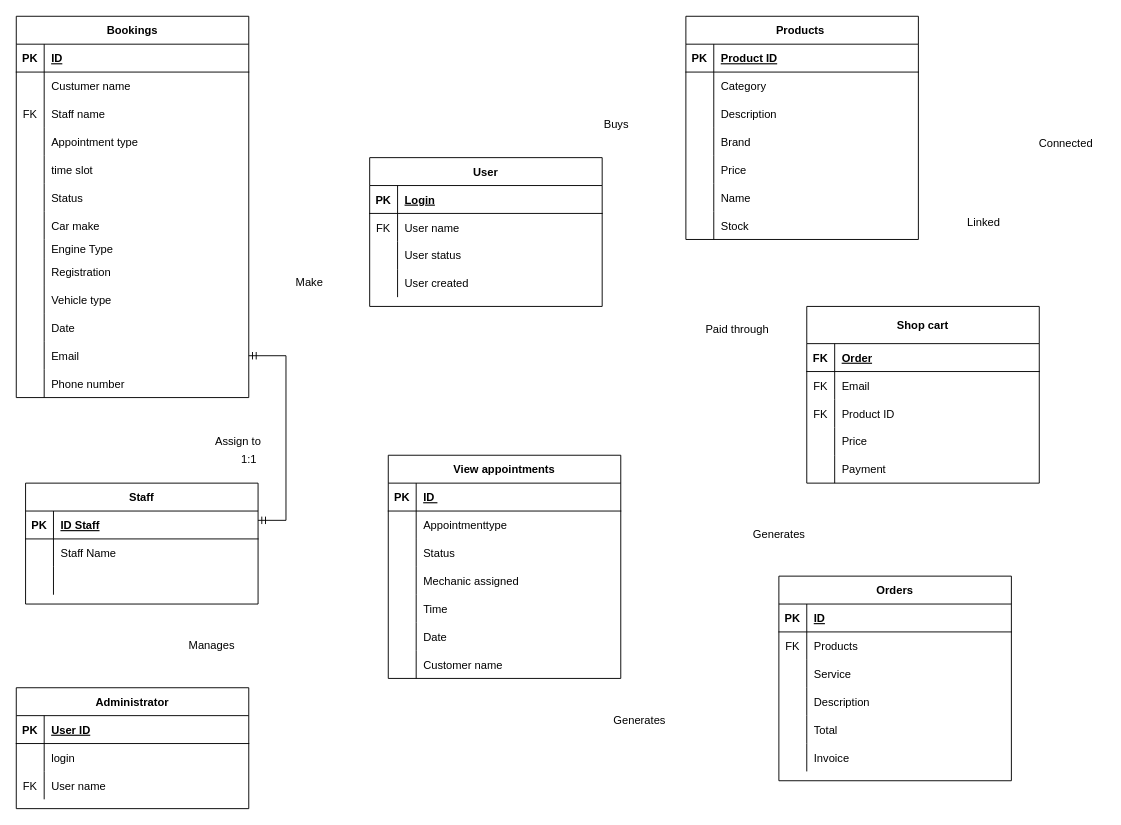
This is Untitled Diagram.drawio from PriFlores/Garage-Database-design-, a draw.io file, before an edit. Source tidied: cells renumbered, new cells numbered last; positions are measured from the earlier drawing's top-left corner, leaving out a move shared by most shapes. Both pictures are drawn from the tidied source at 93%, with x=0, y=0 at pixel (16, 16).
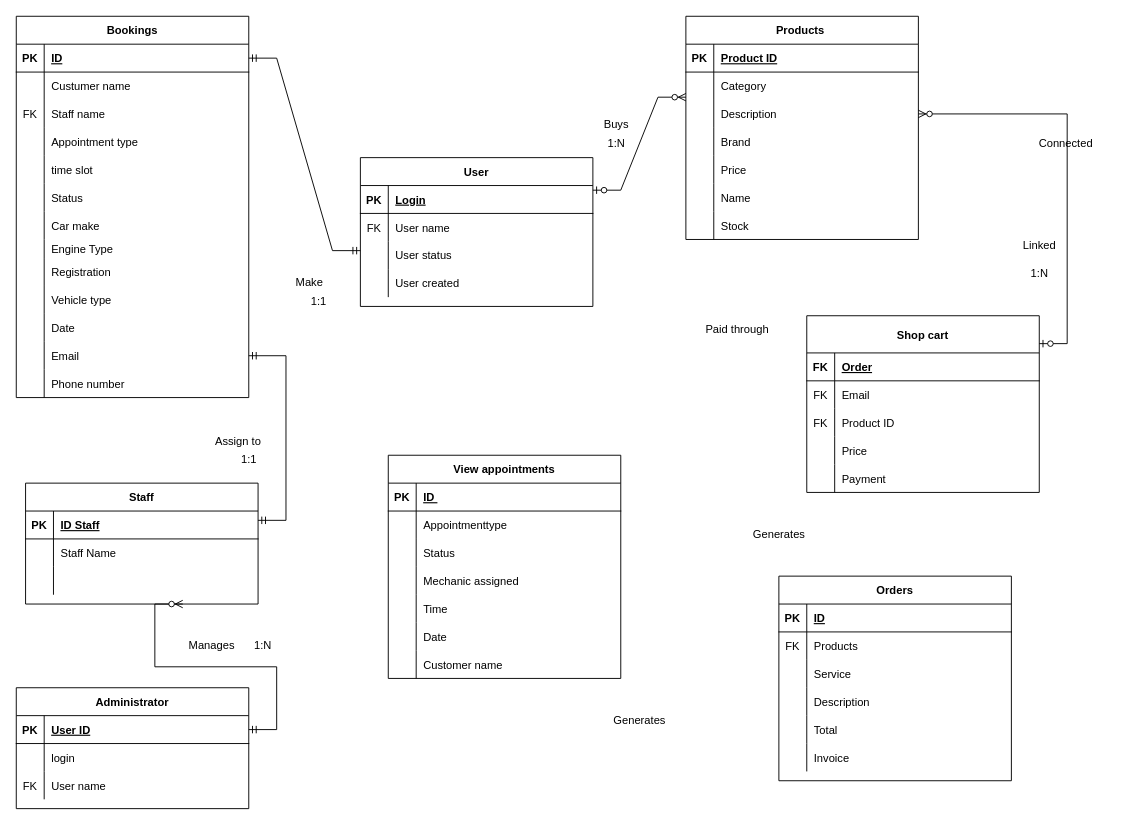
After the change.

The change refers to these unchanged cells:
```xml
<mxCell id="22" style="shape=partialRectangle;fillColor=none;points=[[0,0.5],[1,0.5]];portConstraint=eastwest;top=0;left=0;right=0;bottom=1;" parent="21" vertex="1">
  <mxGeometry y="30" width="250" height="30" as="geometry" />
</mxCell>
<mxCell id="68" style="shape=partialRectangle;fillColor=none;points=[[0,0.5],[1,0.5]];portConstraint=eastwest;top=0;left=0;right=0;bottom=0;" parent="61" vertex="1">
  <mxGeometry y="90" width="250" height="30" as="geometry" />
</mxCell>
<mxCell id="132" style="shape=partialRectangle;fillColor=none;points=[[0,0.5],[1,0.5]];portConstraint=eastwest;top=0;left=0;right=0;bottom=1;" parent="131" vertex="1">
  <mxGeometry y="30" width="250" height="30" as="geometry" />
</mxCell>
```

The edit, as a diff of the source:
```diff
@@
     <mxCell id="115" value="Shop cart" style="shape=table;startSize=40;childLayout=tableLayout;rowLines=0;fontStyle=1;align=center;" parent="1" vertex="1">
-      <mxGeometry x="850" y="312" width="250" height="190" as="geometry" />
+      <mxGeometry x="850" y="322" width="250" height="190" as="geometry" />
     </mxCell>
@@
     <mxCell id="141" value="User" style="shape=table;startSize=30;childLayout=tableLayout;rowLines=0;fontStyle=1;align=center;" parent="1" vertex="1">
-      <mxGeometry x="380" y="152" width="250" height="160" as="geometry" />
+      <mxGeometry x="370" y="152" width="250" height="160" as="geometry" />
     </mxCell>
@@
     <mxCell id="159" value="Linked" style="text;html=1;align=center;verticalAlign=middle;strokeColor=none;fillColor=none;" parent="1" vertex="1">
-      <mxGeometry x="1010" y="207" width="60" height="30" as="geometry" />
+      <mxGeometry x="1070" y="232" width="60" height="30" as="geometry" />
     </mxCell>
@@
+    <mxCell id="165" style="edgeStyle=entityRelationEdgeStyle;fontSize=12;html=1;endArrow=ERzeroToMany;startArrow=ERmandOne;rounded=0;fontFamily=Helvetica;fontColor=default;exitX=1;exitY=0.5;exitDx=0;exitDy=0;" parent="1" edge="1" source="132">
+      <mxGeometry relative="1" as="geometry">
+        <mxPoint x="179" y="632" as="targetPoint" />
+      </mxGeometry>
+    </mxCell>
+    <mxCell id="166" value="1:N" style="text;html=1;align=center;verticalAlign=middle;strokeColor=none;fillColor=none;" parent="1" vertex="1">
+      <mxGeometry x="245" y="662" width="40" height="30" as="geometry" />
+    </mxCell>
+    <mxCell id="167" style="edgeStyle=entityRelationEdgeStyle;fontSize=12;html=1;endArrow=ERmandOne;startArrow=ERmandOne;rounded=0;fontFamily=Helvetica;fontColor=default;exitX=1;exitY=0.5;exitDx=0;exitDy=0;" parent="1" edge="1" source="22">
+      <mxGeometry relative="1" as="geometry">
+        <mxPoint x="370" y="252" as="targetPoint" />
+      </mxGeometry>
+    </mxCell>
+    <mxCell id="168" value="1:1" style="text;html=1;align=center;verticalAlign=middle;strokeColor=none;fillColor=none;" parent="1" vertex="1">
+      <mxGeometry x="305" y="292" width="40" height="30" as="geometry" />
+    </mxCell>
+    <mxCell id="169" style="edgeStyle=entityRelationEdgeStyle;fontSize=12;html=1;endArrow=ERzeroToMany;startArrow=ERzeroToOne;rounded=0;fontFamily=Helvetica;fontColor=default;" parent="1" edge="1">
+      <mxGeometry relative="1" as="geometry">
+        <mxPoint x="620" y="187" as="sourcePoint" />
+        <mxPoint x="720" y="87" as="targetPoint" />
+      </mxGeometry>
+    </mxCell>
+    <mxCell id="170" value="1:N" style="text;html=1;align=center;verticalAlign=middle;strokeColor=none;fillColor=none;" parent="1" vertex="1">
+      <mxGeometry x="625" y="122" width="40" height="30" as="geometry" />
+    </mxCell>
+    <mxCell id="171" style="edgeStyle=entityRelationEdgeStyle;fontSize=12;html=1;endArrow=ERzeroToMany;startArrow=ERzeroToOne;rounded=0;fontFamily=Helvetica;fontColor=default;entryX=1;entryY=0.5;entryDx=0;entryDy=0;" parent="1" edge="1" target="68">
+      <mxGeometry relative="1" as="geometry">
+        <mxPoint x="1100" y="352" as="sourcePoint" />
+      </mxGeometry>
+    </mxCell>
+    <mxCell id="172" value="1:N" style="text;html=1;align=center;verticalAlign=middle;strokeColor=none;fillColor=none;" parent="1" vertex="1">
+      <mxGeometry x="1080" y="262" width="40" height="30" as="geometry" />
+    </mxCell>
```
